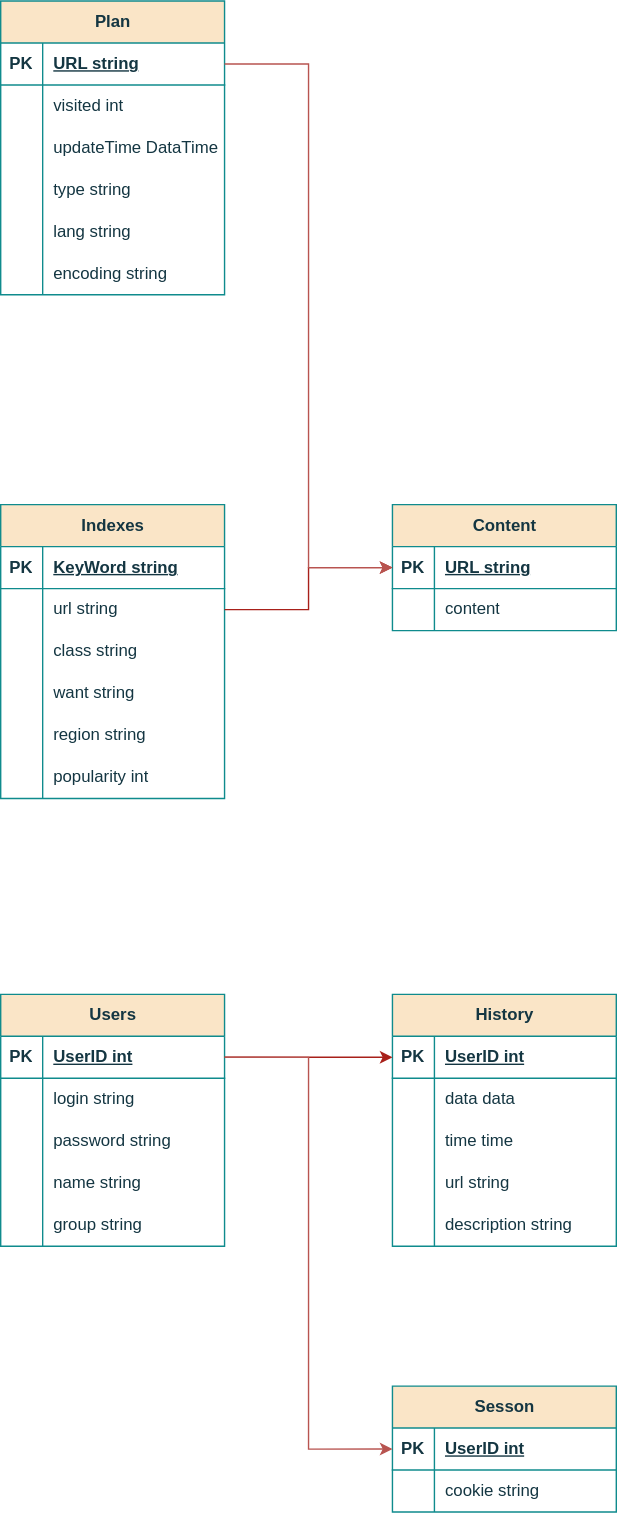
This is img/DBchart.drawio.svg from AlfaIV/TP_highload, a draw.io export, as it was before one commit. Source tidied: cells renumbered, new cells last; positions are measured from the earlier drawing's top-left corner, leaving out a move shared by most shapes.
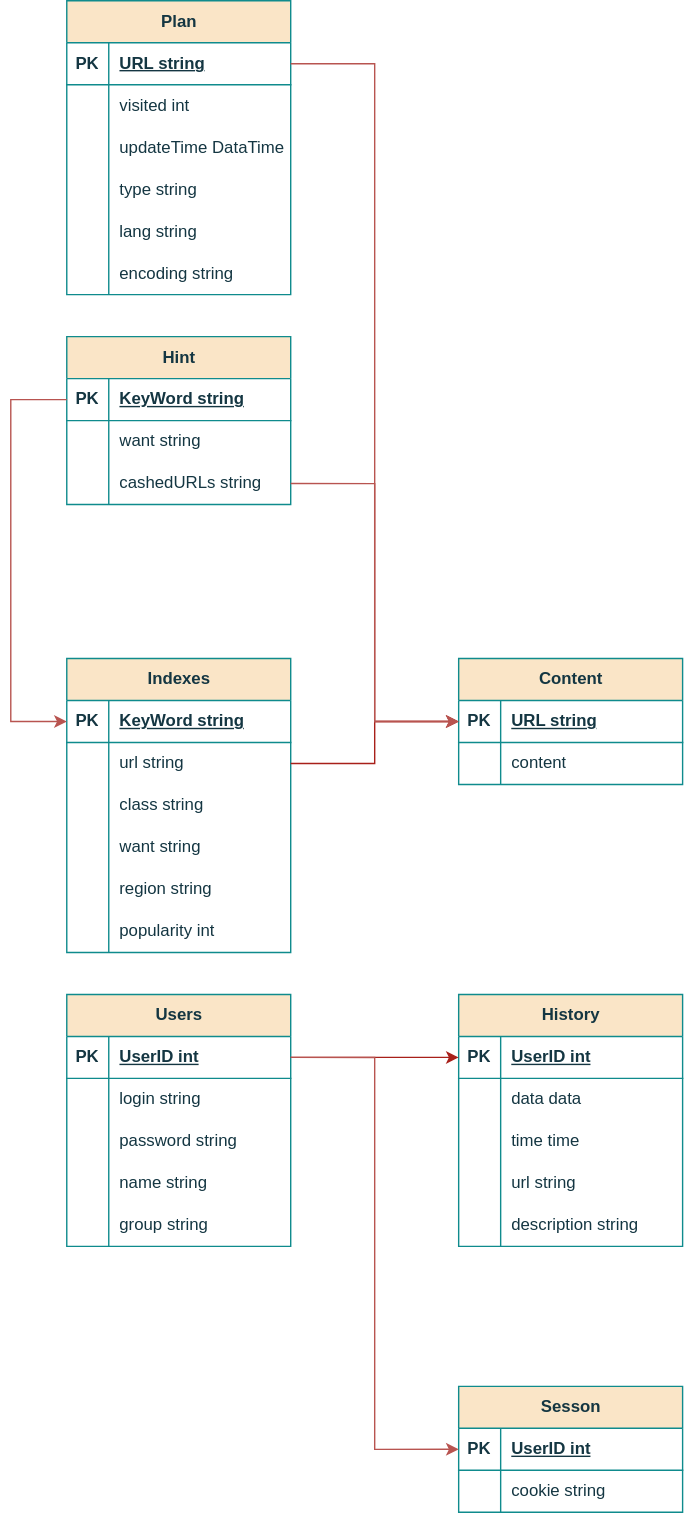
The same file after the commit.

Change to the diagram source:
```diff
@@ -3,7 +3,7 @@
     <mxCell id="0" />
     <mxCell id="1" parent="0" />
     <mxCell id="2" value="Indexes" style="shape=table;startSize=30;rowLines=0;fontStyle=1;align=center;html=1;labelBackgroundColor=none;fillColor=#FAE5C7;strokeColor=#0F8B8D;fontColor=#143642;" parent="1" vertex="1">
-      <mxGeometry y="360" width="160" height="210" as="geometry" />
+      <mxGeometry y="470" width="160" height="210" as="geometry" />
     </mxCell>
     <mxCell id="3" style="shape=tableRow;horizontal=0;startSize=0;swimlaneHead=0;swimlaneBody=0;fillColor=none;points=[[0,0.5],[1,0.5]];portConstraint=eastwest;top=0;left=0;right=0;bottom=1;labelBackgroundColor=none;strokeColor=#0F8B8D;fontColor=#143642;" parent="2" vertex="1">
       <mxGeometry y="30" width="160" height="30" as="geometry" />
@@ -159,7 +159,7 @@
       <mxGeometry relative="1" as="geometry" />
     </mxCell>
     <mxCell id="54" value="Content" style="shape=table;startSize=30;rowLines=0;fontStyle=1;align=center;html=1;labelBackgroundColor=none;fillColor=#FAE5C7;strokeColor=#0F8B8D;fontColor=#143642;" parent="1" vertex="1">
-      <mxGeometry x="280" y="360" width="160" height="90" as="geometry" />
+      <mxGeometry x="280" y="470" width="160" height="90" as="geometry" />
     </mxCell>
     <mxCell id="55" style="shape=tableRow;horizontal=0;startSize=0;swimlaneHead=0;swimlaneBody=0;fillColor=none;points=[[0,0.5],[1,0.5]];portConstraint=eastwest;top=0;left=0;right=0;bottom=1;labelBackgroundColor=none;strokeColor=#0F8B8D;fontColor=#143642;" parent="54" vertex="1">
       <mxGeometry y="30" width="160" height="30" as="geometry" />
@@ -266,5 +266,46 @@
     <mxCell id="89" style="edgeStyle=orthogonalEdgeStyle;rounded=0;jettySize=auto;html=1;entryX=0;entryY=0.5;entryDx=0;entryDy=0;fillColor=#f8cecc;strokeColor=#b85450;" parent="1" edge="1" source="71" target="55">
       <mxGeometry relative="1" as="geometry" />
     </mxCell>
+    <mxCell id="90" value="Hint" style="shape=table;startSize=30;rowLines=0;fontStyle=1;align=center;html=1;labelBackgroundColor=none;fillColor=#FAE5C7;strokeColor=#0F8B8D;fontColor=#143642;" parent="1" vertex="1">
+      <mxGeometry y="240" width="160" height="120" as="geometry" />
+    </mxCell>
+    <mxCell id="91" style="shape=tableRow;horizontal=0;startSize=0;swimlaneHead=0;swimlaneBody=0;fillColor=none;points=[[0,0.5],[1,0.5]];portConstraint=eastwest;top=0;left=0;right=0;bottom=1;labelBackgroundColor=none;strokeColor=#0F8B8D;fontColor=#143642;" parent="90" vertex="1">
+      <mxGeometry y="30" width="160" height="30" as="geometry" />
+    </mxCell>
+    <mxCell id="92" value="PK" style="shape=partialRectangle;fillColor=none;top=0;left=0;bottom=0;right=0;fontStyle=1;overflow=hidden;whiteSpace=wrap;html=1;labelBackgroundColor=none;strokeColor=#0F8B8D;fontColor=#143642;" parent="91" vertex="1">
+      <mxGeometry width="30" height="30" as="geometry" />
+    </mxCell>
+    <mxCell id="93" value="KeyWord string" style="shape=partialRectangle;fillColor=none;top=0;left=0;bottom=0;right=0;align=left;spacingLeft=6;fontStyle=5;overflow=hidden;whiteSpace=wrap;html=1;labelBackgroundColor=none;strokeColor=#0F8B8D;fontColor=#143642;" parent="91" vertex="1">
+      <mxGeometry x="30" width="130" height="30" as="geometry" />
+    </mxCell>
+    <mxCell id="94" style="shape=tableRow;horizontal=0;startSize=0;swimlaneHead=0;swimlaneBody=0;fillColor=none;top=0;left=0;right=0;bottom=0;labelBackgroundColor=none;strokeColor=#0F8B8D;fontColor=#143642;" parent="90" vertex="1">
+      <mxGeometry y="60" width="160" height="30" as="geometry" />
+    </mxCell>
+    <mxCell id="95" style="shape=partialRectangle;fillColor=none;top=0;left=0;bottom=0;right=0;overflow=hidden;whiteSpace=wrap;html=1;labelBackgroundColor=none;strokeColor=#0F8B8D;fontColor=#143642;" parent="94" vertex="1">
+      <mxGeometry width="30" height="30" as="geometry" />
+    </mxCell>
+    <mxCell id="96" value="want string" style="shape=partialRectangle;fillColor=none;top=0;left=0;bottom=0;right=0;align=left;spacingLeft=6;overflow=hidden;whiteSpace=wrap;html=1;labelBackgroundColor=none;strokeColor=#0F8B8D;fontColor=#143642;" parent="94" vertex="1">
+      <mxGeometry x="30" width="130" height="30" as="geometry" />
+    </mxCell>
+    <mxCell id="97" style="shape=tableRow;horizontal=0;startSize=0;swimlaneHead=0;swimlaneBody=0;fillColor=none;points=[[0,0.5],[1,0.5]];portConstraint=eastwest;top=0;left=0;right=0;bottom=0;labelBackgroundColor=none;strokeColor=#0F8B8D;fontColor=#143642;" parent="90" vertex="1">
+      <mxGeometry y="90" width="160" height="30" as="geometry" />
+    </mxCell>
+    <mxCell id="98" style="shape=partialRectangle;fillColor=none;top=0;left=0;bottom=0;right=0;overflow=hidden;whiteSpace=wrap;html=1;labelBackgroundColor=none;strokeColor=#0F8B8D;fontColor=#143642;" parent="97" vertex="1">
+      <mxGeometry width="30" height="30" as="geometry" />
+    </mxCell>
+    <mxCell id="99" value="cashedURLs string" style="shape=partialRectangle;fillColor=none;top=0;left=0;bottom=0;right=0;align=left;spacingLeft=6;overflow=hidden;whiteSpace=wrap;html=1;labelBackgroundColor=none;strokeColor=#0F8B8D;fontColor=#143642;" parent="97" vertex="1">
+      <mxGeometry x="30" width="130" height="30" as="geometry" />
+    </mxCell>
+    <mxCell id="100" style="edgeStyle=orthogonalEdgeStyle;rounded=0;jettySize=auto;html=1;exitX=0;exitY=0.5;exitDx=0;exitDy=0;entryX=0;entryY=0.5;entryDx=0;entryDy=0;fillColor=#f8cecc;strokeColor=#b85450;" parent="1" edge="1" source="91" target="3">
+      <mxGeometry relative="1" as="geometry">
+        <Array as="points">
+          <mxPoint x="-40" y="285" />
+          <mxPoint x="-40" y="515" />
+        </Array>
+      </mxGeometry>
+    </mxCell>
+    <mxCell id="101" style="edgeStyle=orthogonalEdgeStyle;rounded=0;jettySize=auto;html=1;exitX=1;exitY=0.5;exitDx=0;exitDy=0;entryX=0;entryY=0.5;entryDx=0;entryDy=0;fillColor=#f8cecc;strokeColor=#b85450;" parent="1" edge="1" source="97" target="55">
+      <mxGeometry relative="1" as="geometry" />
+    </mxCell>
   </root>
 </mxGraphModel>
```
